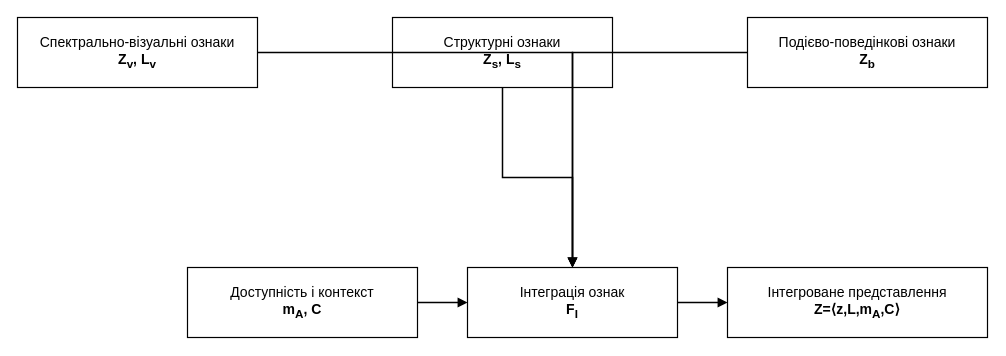
oleksandrmelnychenko/dima-phd keeps this draw.io diagram as title/figures_drawio/fig_2_3_multimodal_feature_space.drawio. Above is the earlier version. Source tidied: cells renumbered, new cells numbered last; positions are measured from the earlier drawing's top-left corner, leaving out a move shared by most shapes. Both pictures are drawn from the tidied source at 100%, with x=0, y=0 at pixel (17, 17).
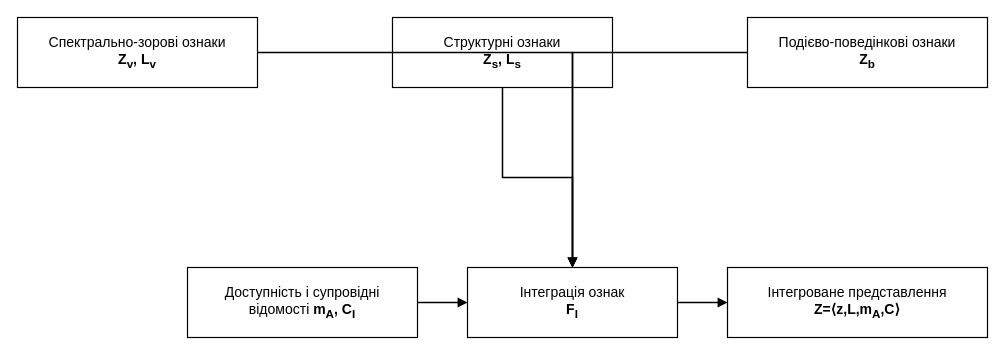
The same page after the edit.

What changed in the source:
```diff
@@
 <mxGraphModel>
   <root>
     <mxCell id="0" />
     <mxCell id="1" parent="0" />
-    <mxCell id="2" value="Спектрально-візуальні ознаки&lt;br&gt;&lt;b&gt;Z&lt;sub&gt;v&lt;/sub&gt;, L&lt;sub&gt;v&lt;/sub&gt;&lt;/b&gt;" style="rounded=0;whiteSpace=wrap;html=1;fillColor=#ffffff;strokeColor=#000000;strokeWidth=1.2;fontColor=#000000;fontSize=14;align=center;verticalAlign=middle;spacing=8;" parent="1" vertex="1">
+    <mxCell id="2" value="Спектрально-зорові ознаки&lt;br&gt;&lt;b&gt;Z&lt;sub&gt;v&lt;/sub&gt;, L&lt;sub&gt;v&lt;/sub&gt;&lt;/b&gt;" style="rounded=0;whiteSpace=wrap;html=1;fillColor=#ffffff;strokeColor=#000000;strokeWidth=1.2;fontColor=#000000;fontSize=14;align=center;verticalAlign=middle;spacing=8;" parent="1" vertex="1">
       <mxGeometry width="240" height="70" as="geometry" />
     </mxCell>
     <mxCell id="3" value="Структурні ознаки&lt;br&gt;&lt;b&gt;Z&lt;sub&gt;s&lt;/sub&gt;, L&lt;sub&gt;s&lt;/sub&gt;&lt;/b&gt;" style="rounded=0;whiteSpace=wrap;html=1;fillColor=#ffffff;strokeColor=#000000;strokeWidth=1.2;fontColor=#000000;fontSize=14;align=center;verticalAlign=middle;spacing=8;" parent="1" vertex="1">
       <mxGeometry x="375" width="220" height="70" as="geometry" />
     </mxCell>
     <mxCell id="4" value="Подієво-поведінкові ознаки&lt;br&gt;&lt;b&gt;Z&lt;sub&gt;b&lt;/sub&gt;&lt;/b&gt;" style="rounded=0;whiteSpace=wrap;html=1;fillColor=#ffffff;strokeColor=#000000;strokeWidth=1.2;fontColor=#000000;fontSize=14;align=center;verticalAlign=middle;spacing=8;" parent="1" vertex="1">
       <mxGeometry x="730" width="240" height="70" as="geometry" />
     </mxCell>
-    <mxCell id="5" value="Доступність і контекст&lt;br&gt;&lt;b&gt;m&lt;sub&gt;A&lt;/sub&gt;, C&lt;/b&gt;" style="rounded=0;whiteSpace=wrap;html=1;fillColor=#ffffff;strokeColor=#000000;strokeWidth=1.2;fontColor=#000000;fontSize=14;align=center;verticalAlign=middle;spacing=8;" parent="1" vertex="1">
+    <mxCell id="5" value="Доступність і супровідні&lt;br&gt;відомості &lt;b&gt;m&lt;sub&gt;A&lt;/sub&gt;, C&lt;sub&gt;I&lt;/sub&gt;&lt;/b&gt;" style="rounded=0;whiteSpace=wrap;html=1;fillColor=#ffffff;strokeColor=#000000;strokeWidth=1.2;fontColor=#000000;fontSize=14;align=center;verticalAlign=middle;spacing=8;" parent="1" vertex="1">
       <mxGeometry x="170" y="250" width="230" height="70" as="geometry" />
     </mxCell>
     <mxCell id="6" value="Інтеграція ознак&lt;br&gt;&lt;b&gt;F&lt;sub&gt;I&lt;/sub&gt;&lt;/b&gt;" style="rounded=0;whiteSpace=wrap;html=1;fillColor=#ffffff;strokeColor=#000000;strokeWidth=1.2;fontColor=#000000;fontSize=14;align=center;verticalAlign=middle;spacing=8;" parent="1" vertex="1">
       <mxGeometry x="450" y="250" width="210" height="70" as="geometry" />
     </mxCell>
     <mxCell id="7" value="Інтегроване представлення&lt;br&gt;&lt;b&gt;Z=⟨z,L,m&lt;sub&gt;A&lt;/sub&gt;,C⟩&lt;/b&gt;" style="rounded=0;whiteSpace=wrap;html=1;fillColor=#ffffff;strokeColor=#000000;strokeWidth=1.2;fontColor=#000000;fontSize=14;align=center;verticalAlign=middle;spacing=8;" parent="1" vertex="1">
       <mxGeometry x="710" y="250" width="260" height="70" as="geometry" />
     </mxCell>
     <mxCell id="8" style="edgeStyle=orthogonalEdgeStyle;rounded=0;jettySize=auto;html=1;endArrow=block;endFill=1;strokeColor=#000000;strokeWidth=1.5;" parent="1" edge="1" source="2" target="6">
       <mxGeometry relative="1" as="geometry" />
     </mxCell>
     <mxCell id="9" style="edgeStyle=orthogonalEdgeStyle;rounded=0;jettySize=auto;html=1;endArrow=block;endFill=1;strokeColor=#000000;strokeWidth=1.5;" parent="1" edge="1" source="3" target="6">
       <mxGeometry relative="1" as="geometry" />
     </mxCell>
     <mxCell id="10" style="edgeStyle=orthogonalEdgeStyle;rounded=0;jettySize=auto;html=1;endArrow=block;endFill=1;strokeColor=#000000;strokeWidth=1.5;" parent="1" edge="1" source="4" target="6">
       <mxGeometry relative="1" as="geometry" />
     </mxCell>
     <mxCell id="11" style="edgeStyle=orthogonalEdgeStyle;rounded=0;jettySize=auto;html=1;endArrow=block;endFill=1;strokeColor=#000000;strokeWidth=1.5;" parent="1" edge="1" source="5" target="6">
       <mxGeometry relative="1" as="geometry" />
     </mxCell>
     <mxCell id="12" style="edgeStyle=orthogonalEdgeStyle;rounded=0;jettySize=auto;html=1;endArrow=block;endFill=1;strokeColor=#000000;strokeWidth=1.5;" parent="1" edge="1" source="6" target="7">
       <mxGeometry relative="1" as="geometry" />
     </mxCell>
   </root>
 </mxGraphModel>
```
